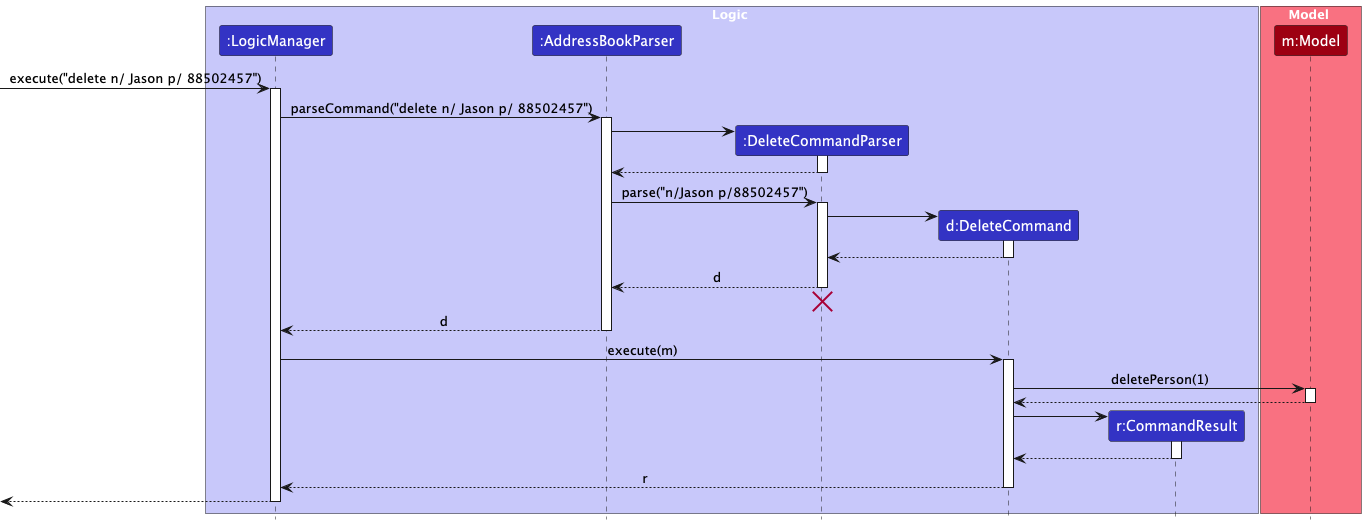
Earlier version of the PlantUML export docs/images/DeleteSequenceDiagram.png (nus-cs2103-AY2425S1/tp).
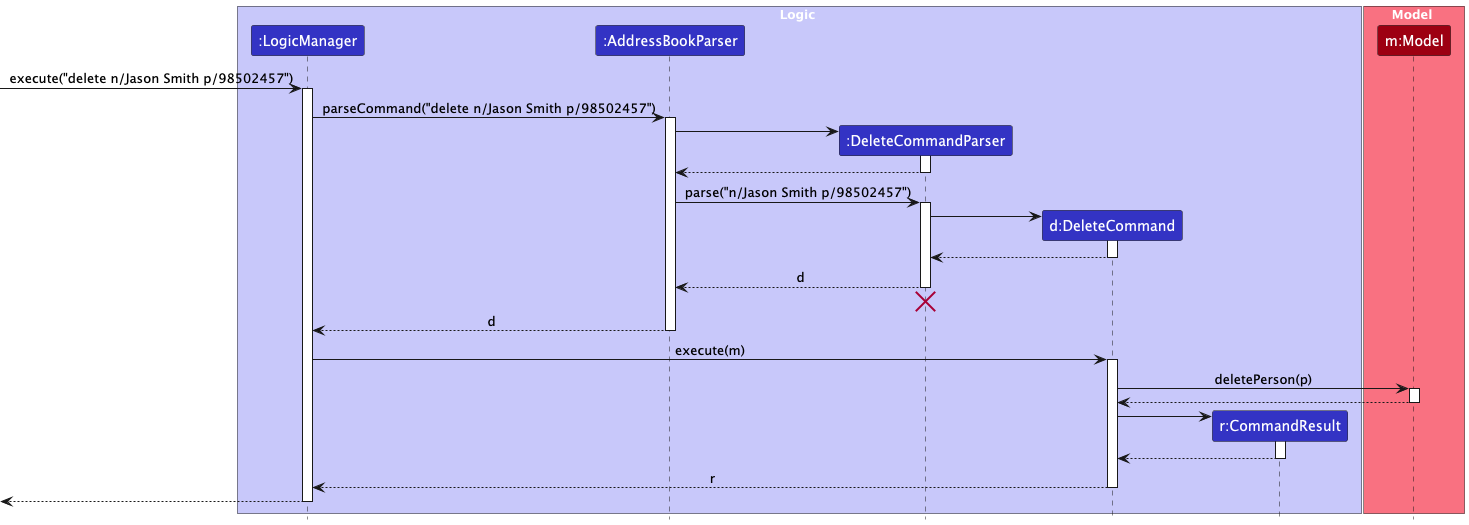
The same file after the commit.

What changed in the source:
```diff
@@ -14,10 +14,10 @@
 participant "m:Model" as Model MODEL_COLOR
 end box
 
-[-> LogicManager : execute("delete n/ Jason p/ 88502457")
+[-> LogicManager : execute("delete n/Jason Smith p/98502457")
 activate LogicManager
 
-LogicManager -> AddressBookParser : parseCommand("delete n/ Jason p/ 88502457")
+LogicManager -> AddressBookParser : parseCommand("delete n/Jason Smith p/98502457")
 activate AddressBookParser
 
 create DeleteCommandParser
@@ -27,7 +27,7 @@
 DeleteCommandParser --> AddressBookParser
 deactivate DeleteCommandParser
 
-AddressBookParser -> DeleteCommandParser : parse("n/Jason p/88502457")
+AddressBookParser -> DeleteCommandParser : parse("n/Jason Smith p/98502457")
 activate DeleteCommandParser
 
 create DeleteCommand
@@ -48,7 +48,7 @@
 LogicManager -> DeleteCommand : execute(m)
 activate DeleteCommand
 
-DeleteCommand -> Model : deletePerson(1)
+DeleteCommand -> Model : deletePerson(p)
 activate Model
 
 Model --> DeleteCommand
```
